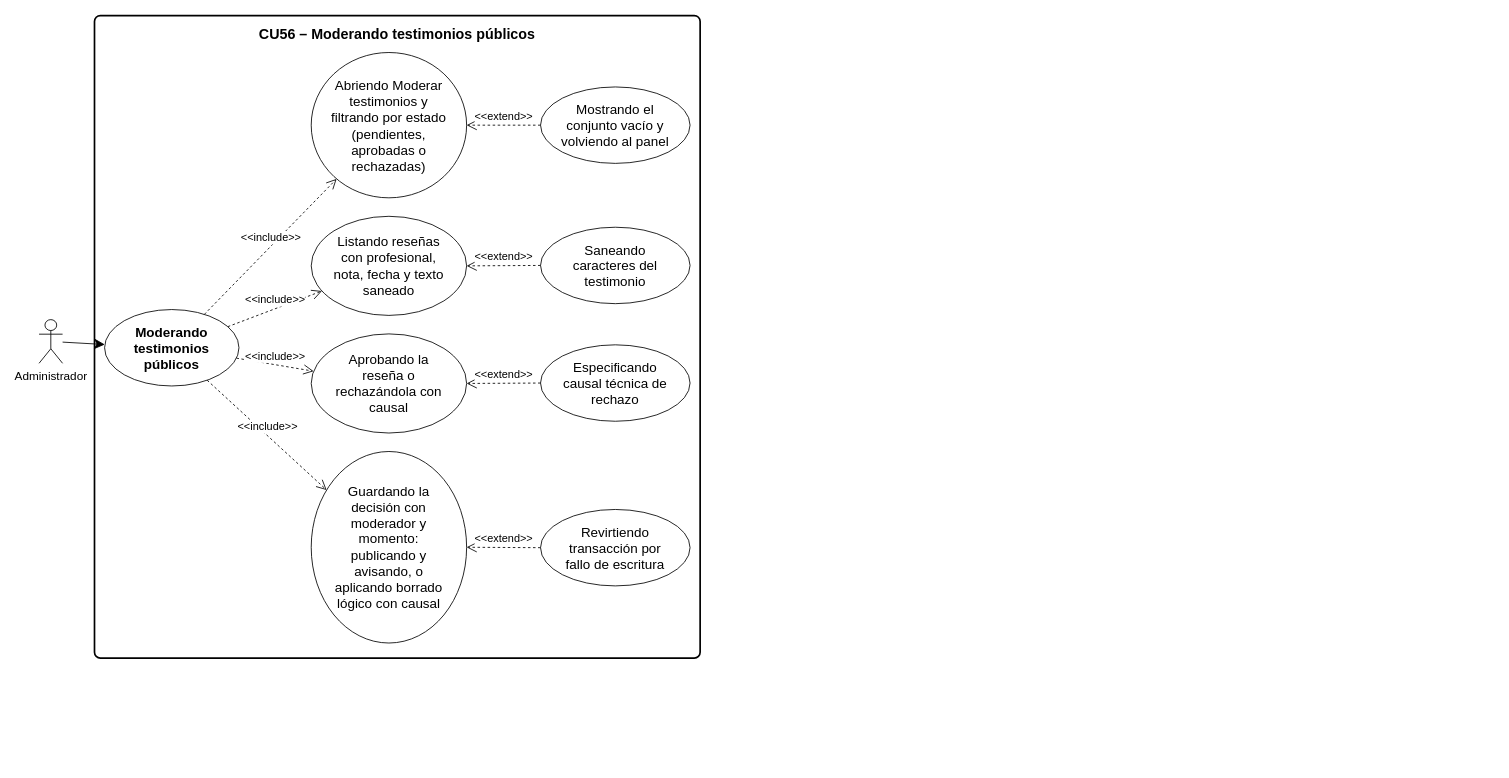
The draw.io diagram Documento 0/Diagramas de CU/CU56.drawio in souln4me/IDS_Documentacion_Grupo17, before the edit. Source tidied: cells renumbered, new cells numbered last; positions are measured from the earlier drawing's top-left corner, leaving out a move shared by most shapes. Both pictures are drawn from the tidied source at 84%, with x=0, y=0 at pixel (39, 15).
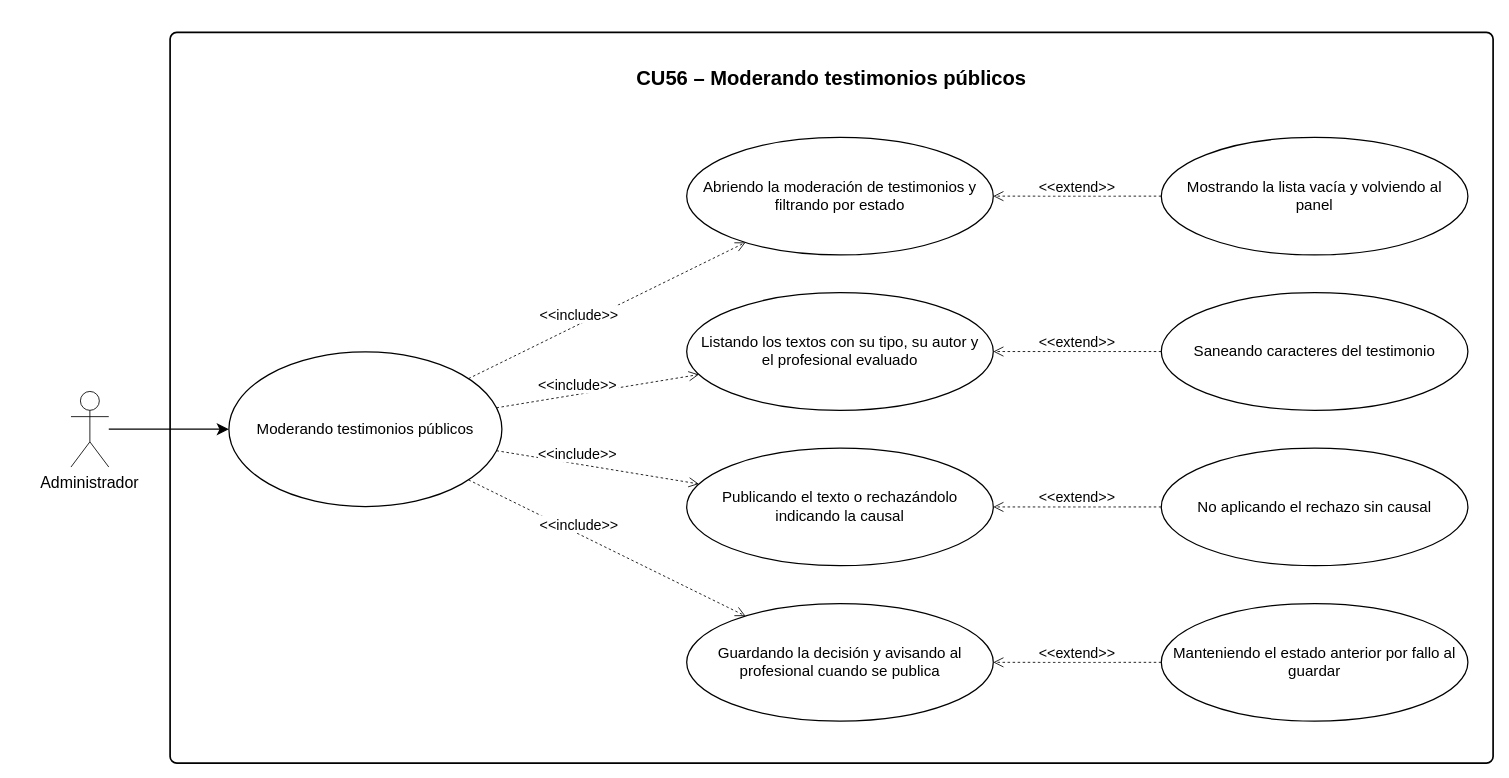
The same page after the edit.

Diff of the diagram source:
```diff
@@
-<mxGraphModel>
+<mxGraphModel background="#ffffff">
@@
-    <mxCell id="2" style="rounded=1;whiteSpace=wrap;html=1;absoluteArcSize=1;arcSize=14;strokeWidth=2;fillColor=none;" parent="1" vertex="1">
-      <mxGeometry x="66" width="721" height="765" as="geometry" />
-    </mxCell>
+    <mxCell id="23" style="rounded=1;whiteSpace=wrap;html=0;absoluteArcSize=1;arcSize=16;strokeWidth=2;fillColor=none;strokeColor=#000000;" parent="1" vertex="1">
+      <mxGeometry x="156" y="20" width="1575" height="870" as="geometry" />
+    </mxCell>
-    <mxCell id="3" value="CU56 – Moderando testimonios públicos" style="text;html=1;align=center;verticalAlign=middle;fontStyle=1;strokeColor=none;fillColor=none;fontSize=17;whiteSpace=wrap;" parent="1" vertex="1">
-      <mxGeometry x="76" y="6" width="701" height="34" as="geometry" />
+    <mxCell id="3" value="CU56 – Moderando testimonios públicos" style="text;html=0;align=center;verticalAlign=middle;fontStyle=1;strokeColor=none;fillColor=none;fontSize=24;fontFamily=Arial;fontColor=#000000;" parent="1" vertex="1">
+      <mxGeometry x="186" y="40" width="1515" height="65" as="geometry" />
     </mxCell>
-    <mxCell id="4" value="Moderando testimonios públicos" style="ellipse;whiteSpace=wrap;html=1;fontSize=16;spacing=0;spacingLeft=18;spacingRight=18;fontStyle=1;" parent="1" vertex="1">
-      <mxGeometry x="78" y="350" width="160" height="91" as="geometry" />
+    <mxCell id="4" value="Moderando testimonios públicos" style="ellipse;whiteSpace=wrap;html=0;align=center;verticalAlign=middle;fillColor=#FFFFFF;strokeColor=#000000;strokeWidth=1.5;fontFamily=Arial;fontSize=18;fontColor=#000000;spacing=12;" parent="1" vertex="1">
+      <mxGeometry x="226" y="400.5" width="325" height="184" as="geometry" />
     </mxCell>
-    <mxCell id="5" value="Abriendo Moderar testimonios y filtrando por estado (pendientes, aprobadas o rechazadas)" style="ellipse;whiteSpace=wrap;html=1;fontSize=16;spacing=0;spacingLeft=20;spacingRight=20;" parent="1" vertex="1">
-      <mxGeometry x="324" y="44" width="185" height="173" as="geometry" />
-    </mxCell>
-    <mxCell id="6" value="&amp;lt;&amp;lt;include&amp;gt;&amp;gt;" style="html=1;verticalAlign=bottom;labelBackgroundColor=#ffffff;endArrow=open;dashed=1;endSize=10;curved=0;rounded=0;fontSize=13;" parent="1" edge="1" source="4" target="5">
-      <mxGeometry relative="1" as="geometry" />
-    </mxCell>
-    <mxCell id="7" value="Mostrando el conjunto vacío y volviendo al panel" style="ellipse;whiteSpace=wrap;html=1;fontSize=16;spacing=0;spacingLeft=20;spacingRight=20;" parent="1" vertex="1">
-      <mxGeometry x="597" y="85" width="178" height="91" as="geometry" />
-    </mxCell>
-    <mxCell id="8" value="&amp;lt;&amp;lt;extend&amp;gt;&amp;gt;" style="html=1;verticalAlign=bottom;labelBackgroundColor=#ffffff;endArrow=open;dashed=1;endSize=10;curved=0;rounded=0;fontSize=13;" parent="1" edge="1" source="7" target="5">
-      <mxGeometry relative="1" as="geometry" />
-    </mxCell>
-    <mxCell id="9" value="Listando reseñas con profesional, nota, fecha y texto saneado" style="ellipse;whiteSpace=wrap;html=1;fontSize=16;spacing=0;spacingLeft=20;spacingRight=20;" parent="1" vertex="1">
-      <mxGeometry x="324" y="239" width="185" height="118" as="geometry" />
-    </mxCell>
-    <mxCell id="10" value="&amp;lt;&amp;lt;include&amp;gt;&amp;gt;" style="html=1;verticalAlign=bottom;labelBackgroundColor=#ffffff;endArrow=open;dashed=1;endSize=10;curved=0;rounded=0;fontSize=13;" parent="1" edge="1" source="4" target="9">
-      <mxGeometry relative="1" as="geometry" />
-    </mxCell>
-    <mxCell id="11" value="Saneando caracteres del testimonio" style="ellipse;whiteSpace=wrap;html=1;fontSize=16;spacing=0;spacingLeft=20;spacingRight=20;" parent="1" vertex="1">
-      <mxGeometry x="597" y="252" width="178" height="91" as="geometry" />
-    </mxCell>
-    <mxCell id="12" value="&amp;lt;&amp;lt;extend&amp;gt;&amp;gt;" style="html=1;verticalAlign=bottom;labelBackgroundColor=#ffffff;endArrow=open;dashed=1;endSize=10;curved=0;rounded=0;fontSize=13;" parent="1" edge="1" source="11" target="9">
-      <mxGeometry relative="1" as="geometry" />
-    </mxCell>
-    <mxCell id="13" value="Aprobando la reseña o rechazándola con causal" style="ellipse;whiteSpace=wrap;html=1;fontSize=16;spacing=0;spacingLeft=20;spacingRight=20;" parent="1" vertex="1">
-      <mxGeometry x="324" y="379" width="185" height="118" as="geometry" />
-    </mxCell>
-    <mxCell id="14" value="&amp;lt;&amp;lt;include&amp;gt;&amp;gt;" style="html=1;verticalAlign=bottom;labelBackgroundColor=#ffffff;endArrow=open;dashed=1;endSize=10;curved=0;rounded=0;fontSize=13;" parent="1" edge="1" source="4" target="13">
-      <mxGeometry relative="1" as="geometry" />
-    </mxCell>
-    <mxCell id="15" value="Especificando causal técnica de rechazo" style="ellipse;whiteSpace=wrap;html=1;fontSize=16;spacing=0;spacingLeft=20;spacingRight=20;" parent="1" vertex="1">
-      <mxGeometry x="597" y="392" width="178" height="91" as="geometry" />
-    </mxCell>
-    <mxCell id="16" value="&amp;lt;&amp;lt;extend&amp;gt;&amp;gt;" style="html=1;verticalAlign=bottom;labelBackgroundColor=#ffffff;endArrow=open;dashed=1;endSize=10;curved=0;rounded=0;fontSize=13;" parent="1" edge="1" source="15" target="13">
-      <mxGeometry relative="1" as="geometry" />
-    </mxCell>
-    <mxCell id="17" value="Guardando la decisión con moderador y momento: publicando y avisando, o aplicando borrado lógico con causal" style="ellipse;whiteSpace=wrap;html=1;fontSize=16;spacing=0;spacingLeft=20;spacingRight=20;" parent="1" vertex="1">
-      <mxGeometry x="324" y="519" width="185" height="228" as="geometry" />
-    </mxCell>
-    <mxCell id="18" value="&amp;lt;&amp;lt;include&amp;gt;&amp;gt;" style="html=1;verticalAlign=bottom;labelBackgroundColor=#ffffff;endArrow=open;dashed=1;endSize=10;curved=0;rounded=0;fontSize=13;" parent="1" edge="1" source="4" target="17">
-      <mxGeometry relative="1" as="geometry" />
-    </mxCell>
-    <mxCell id="19" value="Revirtiendo transacción por fallo de escritura" style="ellipse;whiteSpace=wrap;html=1;fontSize=16;spacing=0;spacingLeft=20;spacingRight=20;" parent="1" vertex="1">
-      <mxGeometry x="597" y="588" width="178" height="91" as="geometry" />
-    </mxCell>
-    <mxCell id="20" value="&amp;lt;&amp;lt;extend&amp;gt;&amp;gt;" style="html=1;verticalAlign=bottom;labelBackgroundColor=#ffffff;endArrow=open;dashed=1;endSize=10;curved=0;rounded=0;fontSize=13;" parent="1" edge="1" source="19" target="17">
-      <mxGeometry relative="1" as="geometry" />
-    </mxCell>
-    <mxCell id="21" value="Administrador" style="shape=umlActor;verticalLabelPosition=bottom;verticalAlign=top;html=1;outlineConnect=0;fontSize=14;" parent="1" vertex="1">
-      <mxGeometry y="362" width="28" height="52" as="geometry" />
+    <mxCell id="21" value="Administrador" style="shape=umlActor;verticalLabelPosition=bottom;verticalAlign=top;html=0;outlineConnect=0;fillColor=#FFFFFF;strokeColor=#000000;fontFamily=Arial;fontSize=19;fontColor=#000000;" parent="1" vertex="1">
+      <mxGeometry x="38" y="447.5" width="45" height="90" as="geometry" />
     </mxCell>
-    <mxCell id="22" style="html=1;endArrow=classic;endSize=10;curved=0;rounded=0;" parent="1" edge="1" source="21" target="4">
+    <mxCell id="22" style="html=0;endArrow=classic;endSize=10;curved=0;rounded=0;strokeColor=#000000;strokeWidth=1.5;" parent="1" edge="1" source="21" target="4">
       <mxGeometry relative="1" as="geometry" />
     </mxCell>
+    <mxCell id="24" value="Abriendo la moderación de testimonios y filtrando por estado" style="ellipse;whiteSpace=wrap;html=0;align=center;verticalAlign=middle;fillColor=#FFFFFF;strokeColor=#000000;strokeWidth=1.5;fontFamily=Arial;fontSize=18;fontColor=#000000;spacing=12;" parent="1" vertex="1">
+      <mxGeometry x="771" y="145" width="365" height="140" as="geometry" />
+    </mxCell>
+    <mxCell id="25" value="&lt;&lt;include&gt;&gt;" style="html=0;verticalAlign=bottom;endArrow=open;endFill=0;dashed=1;endSize=10;curved=0;rounded=0;strokeColor=#000000;fontColor=#000000;fontFamily=Arial;fontSize=17;labelBackgroundColor=#FFFFFF;" parent="1" edge="1" source="4" target="24">
+      <mxGeometry x="-0.2" relative="1" as="geometry" />
+    </mxCell>
+    <mxCell id="26" value="Listando los textos con su tipo, su autor y el profesional evaluado" style="ellipse;whiteSpace=wrap;html=0;align=center;verticalAlign=middle;fillColor=#FFFFFF;strokeColor=#000000;strokeWidth=1.5;fontFamily=Arial;fontSize=18;fontColor=#000000;spacing=12;" parent="1" vertex="1">
+      <mxGeometry x="771" y="330" width="365" height="140" as="geometry" />
+    </mxCell>
+    <mxCell id="27" value="&lt;&lt;include&gt;&gt;" style="html=0;verticalAlign=bottom;endArrow=open;endFill=0;dashed=1;endSize=10;curved=0;rounded=0;strokeColor=#000000;fontColor=#000000;fontFamily=Arial;fontSize=17;labelBackgroundColor=#FFFFFF;" parent="1" edge="1" source="4" target="26">
+      <mxGeometry x="-0.2" relative="1" as="geometry" />
+    </mxCell>
+    <mxCell id="28" value="Publicando el texto o rechazándolo indicando la causal" style="ellipse;whiteSpace=wrap;html=0;align=center;verticalAlign=middle;fillColor=#FFFFFF;strokeColor=#000000;strokeWidth=1.5;fontFamily=Arial;fontSize=18;fontColor=#000000;spacing=12;" parent="1" vertex="1">
+      <mxGeometry x="771" y="515" width="365" height="140" as="geometry" />
+    </mxCell>
+    <mxCell id="29" value="&lt;&lt;include&gt;&gt;" style="html=0;verticalAlign=bottom;endArrow=open;endFill=0;dashed=1;endSize=10;curved=0;rounded=0;strokeColor=#000000;fontColor=#000000;fontFamily=Arial;fontSize=17;labelBackgroundColor=#FFFFFF;" parent="1" edge="1" source="4" target="28">
+      <mxGeometry x="-0.2" relative="1" as="geometry" />
+    </mxCell>
+    <mxCell id="30" value="Guardando la decisión y avisando al profesional cuando se publica" style="ellipse;whiteSpace=wrap;html=0;align=center;verticalAlign=middle;fillColor=#FFFFFF;strokeColor=#000000;strokeWidth=1.5;fontFamily=Arial;fontSize=18;fontColor=#000000;spacing=12;" parent="1" vertex="1">
+      <mxGeometry x="771" y="700" width="365" height="140" as="geometry" />
+    </mxCell>
+    <mxCell id="31" value="&lt;&lt;include&gt;&gt;" style="html=0;verticalAlign=bottom;endArrow=open;endFill=0;dashed=1;endSize=10;curved=0;rounded=0;strokeColor=#000000;fontColor=#000000;fontFamily=Arial;fontSize=17;labelBackgroundColor=#FFFFFF;" parent="1" edge="1" source="4" target="30">
+      <mxGeometry x="-0.2" relative="1" as="geometry" />
+    </mxCell>
+    <mxCell id="32" value="Mostrando la lista vacía y volviendo al panel" style="ellipse;whiteSpace=wrap;html=0;align=center;verticalAlign=middle;fillColor=#FFFFFF;strokeColor=#000000;strokeWidth=1.5;fontFamily=Arial;fontSize=18;fontColor=#000000;spacing=12;" parent="1" vertex="1">
+      <mxGeometry x="1336" y="145" width="365" height="140" as="geometry" />
+    </mxCell>
+    <mxCell id="33" value="&lt;&lt;extend&gt;&gt;" style="html=0;verticalAlign=bottom;endArrow=open;endFill=0;dashed=1;endSize=10;curved=0;rounded=0;strokeColor=#000000;fontColor=#000000;fontFamily=Arial;fontSize=17;labelBackgroundColor=#FFFFFF;" parent="1" edge="1" source="32" target="24">
+      <mxGeometry relative="1" as="geometry" />
+    </mxCell>
+    <mxCell id="11" value="Saneando caracteres del testimonio" style="ellipse;whiteSpace=wrap;html=0;align=center;verticalAlign=middle;fillColor=#FFFFFF;strokeColor=#000000;strokeWidth=1.5;fontFamily=Arial;fontSize=18;fontColor=#000000;spacing=12;" parent="1" vertex="1">
+      <mxGeometry x="1336" y="330" width="365" height="140" as="geometry" />
+    </mxCell>
+    <mxCell id="34" value="&lt;&lt;extend&gt;&gt;" style="html=0;verticalAlign=bottom;endArrow=open;endFill=0;dashed=1;endSize=10;curved=0;rounded=0;strokeColor=#000000;fontColor=#000000;fontFamily=Arial;fontSize=17;labelBackgroundColor=#FFFFFF;" parent="1" edge="1" source="11" target="26">
+      <mxGeometry relative="1" as="geometry" />
+    </mxCell>
+    <mxCell id="35" value="No aplicando el rechazo sin causal" style="ellipse;whiteSpace=wrap;html=0;align=center;verticalAlign=middle;fillColor=#FFFFFF;strokeColor=#000000;strokeWidth=1.5;fontFamily=Arial;fontSize=18;fontColor=#000000;spacing=12;" parent="1" vertex="1">
+      <mxGeometry x="1336" y="515" width="365" height="140" as="geometry" />
+    </mxCell>
+    <mxCell id="36" value="&lt;&lt;extend&gt;&gt;" style="html=0;verticalAlign=bottom;endArrow=open;endFill=0;dashed=1;endSize=10;curved=0;rounded=0;strokeColor=#000000;fontColor=#000000;fontFamily=Arial;fontSize=17;labelBackgroundColor=#FFFFFF;" parent="1" edge="1" source="35" target="28">
+      <mxGeometry relative="1" as="geometry" />
+    </mxCell>
+    <mxCell id="37" value="Manteniendo el estado anterior por fallo al guardar" style="ellipse;whiteSpace=wrap;html=0;align=center;verticalAlign=middle;fillColor=#FFFFFF;strokeColor=#000000;strokeWidth=1.5;fontFamily=Arial;fontSize=18;fontColor=#000000;spacing=12;" parent="1" vertex="1">
+      <mxGeometry x="1336" y="700" width="365" height="140" as="geometry" />
+    </mxCell>
+    <mxCell id="38" value="&lt;&lt;extend&gt;&gt;" style="html=0;verticalAlign=bottom;endArrow=open;endFill=0;dashed=1;endSize=10;curved=0;rounded=0;strokeColor=#000000;fontColor=#000000;fontFamily=Arial;fontSize=17;labelBackgroundColor=#FFFFFF;" parent="1" edge="1" source="37" target="30">
+      <mxGeometry relative="1" as="geometry" />
+    </mxCell>
```
